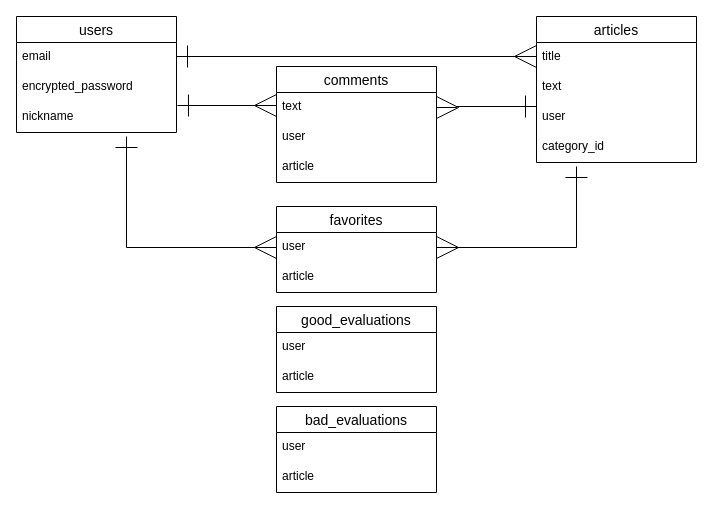
This is potsicleapp.dio from kazuki0925/posticleapp, a draw.io file, before an edit. Source tidied: cells renumbered, new cells numbered last; positions are measured from the earlier drawing's top-left corner, leaving out a move shared by most shapes. Both pictures are drawn from the tidied source at 100%, with x=0, y=0 at pixel (16, 16).
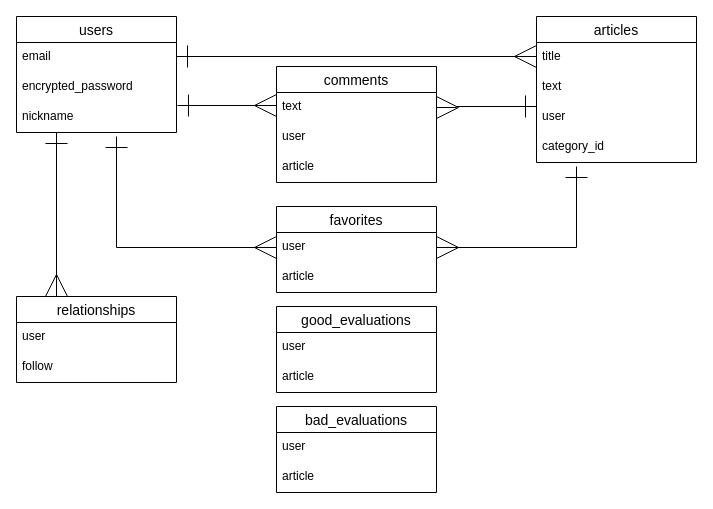
After the change.

Unchanged cells that the change refers to:
```xml
<mxCell id="5" value="nickname" style="text;strokeColor=none;fillColor=none;spacingLeft=4;spacingRight=4;overflow=hidden;points=[[0,0.5],[1,0.5]];portConstraint=eastwest;fontSize=12;" parent="2" vertex="1">
  <mxGeometry y="86" width="160" height="30" as="geometry" />
</mxCell>
<mxCell id="19" value="user" style="text;strokeColor=none;fillColor=none;spacingLeft=4;spacingRight=4;overflow=hidden;points=[[0,0.5],[1,0.5]];portConstraint=eastwest;fontSize=12;" parent="18" vertex="1">
  <mxGeometry y="26" width="160" height="30" as="geometry" />
</mxCell>
```

What changed in the source:
```diff
@@
     <mxCell id="21" style="edgeStyle=orthogonalEdgeStyle;rounded=0;jettySize=auto;html=1;exitX=0;exitY=0.5;exitDx=0;exitDy=0;endArrow=ERone;endFill=0;endSize=20;startArrow=ERmany;startFill=0;startSize=20;" parent="1" edge="1" source="19">
       <mxGeometry relative="1" as="geometry">
-        <mxPoint x="110" y="120" as="targetPoint" />
+        <mxPoint x="100" y="120" as="targetPoint" />
         <Array as="points">
-          <mxPoint x="110" y="231" />
-          <mxPoint x="110" y="120" />
+          <mxPoint x="100" y="231" />
         </Array>
       </mxGeometry>
     </mxCell>
@@
+    <mxCell id="29" style="edgeStyle=orthogonalEdgeStyle;rounded=0;jettySize=auto;html=1;exitX=0.25;exitY=0;exitDx=0;exitDy=0;entryX=0.25;entryY=1;entryDx=0;entryDy=0;entryPerimeter=0;endArrow=ERone;endFill=0;endSize=20;startArrow=ERmany;startFill=0;startSize=20;" parent="1" edge="1" source="30" target="5">
+      <mxGeometry relative="1" as="geometry" />
+    </mxCell>
+    <mxCell id="30" value="relationships" style="swimlane;fontStyle=0;horizontal=1;startSize=26;align=center;fontSize=14;" parent="1" vertex="1">
+      <mxGeometry y="280" width="160" height="86" as="geometry" />
+    </mxCell>
+    <mxCell id="31" value="user" style="text;strokeColor=none;fillColor=none;spacingLeft=4;spacingRight=4;overflow=hidden;fontSize=12;" parent="30" vertex="1">
+      <mxGeometry y="26" width="160" height="30" as="geometry" />
+    </mxCell>
+    <mxCell id="32" value="follow" style="text;strokeColor=none;fillColor=none;spacingLeft=4;spacingRight=4;overflow=hidden;fontSize=12;" parent="30" vertex="1">
+      <mxGeometry y="56" width="160" height="30" as="geometry" />
+    </mxCell>
```
